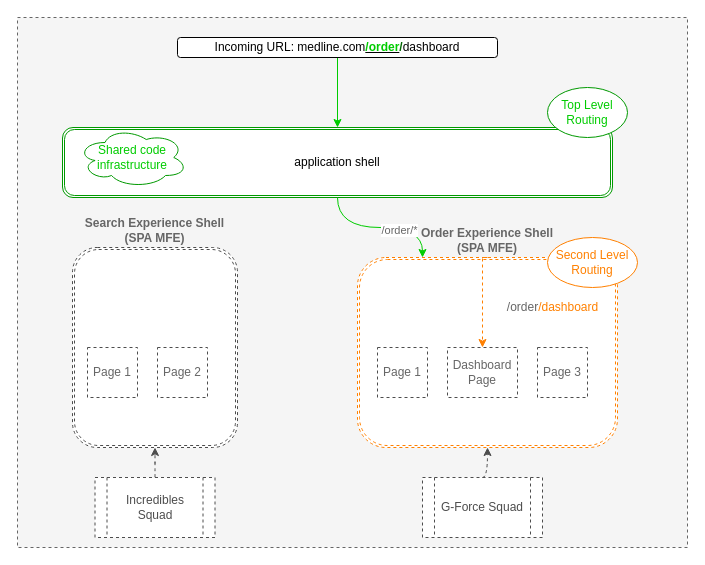
The draw.io diagram page "Page-2" (2 of 2) of Shell Routing Flow.drawio in neio100/orange, before the edit. Source tidied: cells renumbered, new cells numbered last; positions are measured from the earlier drawing's top-left corner, leaving out a move shared by most shapes. Both pictures are drawn from the tidied source at 100%, with x=0, y=0 at pixel (17, 17).
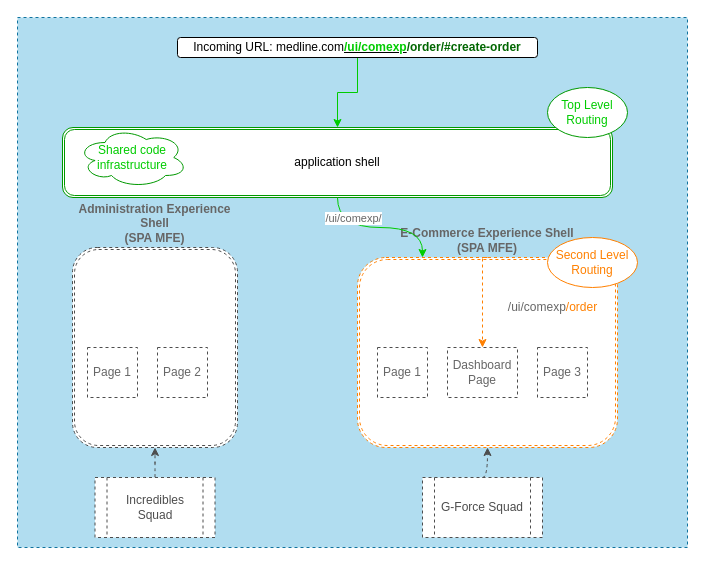
After the change.

Unchanged cells that the change refers to:
```xml
<mxCell id="16" style="edgeStyle=orthogonalEdgeStyle;jettySize=auto;html=1;fontColor=#FF0000;strokeColor=#00CC00;exitX=0.5;exitY=1;exitDx=0;exitDy=0;entryX=0.25;entryY=0;entryDx=0;entryDy=0;curved=1;" parent="1" edge="1" source="3" target="9">
  <mxGeometry relative="1" as="geometry" />
</mxCell>
```

What changed in the source:
```diff
@@
-    <mxCell id="2" style="rounded=0;whiteSpace=wrap;html=1;dashed=1;strokeColor=#666666;fillColor=#f5f5f5;fontColor=#333333;" parent="1" vertex="1">
+    <mxCell id="2" style="rounded=0;whiteSpace=wrap;html=1;dashed=1;strokeColor=#10739e;fillColor=#b1ddf0;" parent="1" vertex="1">
       <mxGeometry width="670" height="530" as="geometry" />
     </mxCell>
@@
-    <mxCell id="5" value="Incoming URL: medline.com&lt;b&gt;&lt;u&gt;&lt;font color=&quot;#00cc00&quot;&gt;/order&lt;/font&gt;&lt;/u&gt;&lt;/b&gt;&lt;font color=&quot;#006600&quot; style=&quot;font-weight: bold&quot;&gt;/&lt;/font&gt;dashboard" style="rounded=1;whiteSpace=wrap;html=1;" parent="1" vertex="1">
-      <mxGeometry x="160" y="20" width="320" height="20" as="geometry" />
+    <mxCell id="5" value="Incoming URL: medline.com&lt;b&gt;&lt;u&gt;&lt;font color=&quot;#00cc00&quot;&gt;/ui/comexp&lt;/font&gt;&lt;/u&gt;&lt;/b&gt;&lt;font color=&quot;#006600&quot; style=&quot;font-weight: bold&quot;&gt;/order/#create-order&lt;/font&gt;" style="rounded=1;whiteSpace=wrap;html=1;" parent="1" vertex="1">
+      <mxGeometry x="160" y="20" width="360" height="20" as="geometry" />
     </mxCell>
@@
-    <mxCell id="8" value="&lt;font color=&quot;#666666&quot;&gt;&lt;b&gt;Search Experience Shell&lt;br&gt;(SPA MFE)&lt;/b&gt;&lt;/font&gt;" style="shape=ext;double=1;rounded=1;whiteSpace=wrap;html=1;fontColor=#00CC00;strokeColor=#4D4D4D;dashed=1;labelPosition=center;verticalLabelPosition=top;align=center;verticalAlign=bottom;" parent="1" vertex="1">
+    <mxCell id="8" value="&lt;font color=&quot;#666666&quot;&gt;&lt;b&gt;Administration Experience Shell&lt;br&gt;(SPA MFE)&lt;/b&gt;&lt;/font&gt;" style="shape=ext;double=1;rounded=1;whiteSpace=wrap;html=1;fontColor=#00CC00;strokeColor=#4D4D4D;dashed=1;labelPosition=center;verticalLabelPosition=top;align=center;verticalAlign=bottom;" parent="1" vertex="1">
       <mxGeometry x="55" y="230" width="165" height="200" as="geometry" />
     </mxCell>
-    <mxCell id="9" value="&lt;font color=&quot;#666666&quot;&gt;&lt;b&gt;Order Experience Shell&lt;br&gt;(SPA MFE)&lt;/b&gt;&lt;/font&gt;" style="shape=ext;double=1;rounded=1;whiteSpace=wrap;html=1;fontColor=#00CC00;strokeColor=#FF8000;dashed=1;labelPosition=center;verticalLabelPosition=top;align=center;verticalAlign=bottom;" parent="1" vertex="1">
+    <mxCell id="9" value="&lt;font color=&quot;#666666&quot;&gt;&lt;b&gt;E-Commerce Experience Shell&lt;br&gt;(SPA MFE)&lt;/b&gt;&lt;/font&gt;" style="shape=ext;double=1;rounded=1;whiteSpace=wrap;html=1;fontColor=#00CC00;strokeColor=#FF8000;dashed=1;labelPosition=center;verticalLabelPosition=top;align=center;verticalAlign=bottom;" parent="1" vertex="1">
       <mxGeometry x="340" y="240" width="260" height="190" as="geometry" />
     </mxCell>
@@
-    <mxCell id="17" value="/order/*" style="edgeLabel;html=1;align=center;verticalAlign=middle;fontColor=#666666;" parent="16" vertex="1">
-      <mxGeometry x="0.25" y="-2" relative="1" as="geometry" />
+    <mxCell id="17" value="/ui/comexp/" style="edgeLabel;html=1;align=center;verticalAlign=middle;fontColor=#666666;" parent="16" vertex="1">
+      <mxGeometry x="0.25" y="-2" relative="1" as="geometry">
+        <mxPoint x="-46" y="-12" as="offset" />
+      </mxGeometry>
     </mxCell>
-    <mxCell id="18" value="/order&lt;font color=&quot;#ff8000&quot;&gt;/dashboard&lt;/font&gt;" style="text;html=1;align=center;verticalAlign=middle;strokeColor=none;fillColor=none;fontColor=#666666;" parent="1" vertex="1">
-      <mxGeometry x="480" y="280" width="110" height="20" as="geometry" />
+    <mxCell id="18" value="/ui/comexp&lt;font color=&quot;#ff8000&quot;&gt;/order&lt;/font&gt;" style="text;html=1;align=center;verticalAlign=middle;strokeColor=none;fillColor=none;fontColor=#666666;" parent="1" vertex="1">
+      <mxGeometry x="485" y="280" width="100" height="20" as="geometry" />
     </mxCell>
```
